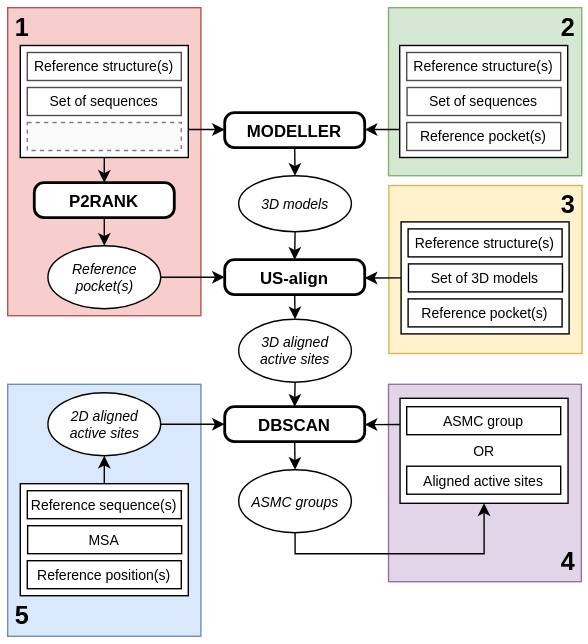
The draw.io diagram docs/ASMC_workflow.svg in labgem/ASMC, before a commit. Source tidied: cells renumbered, new cells last; positions are measured from the earlier drawing's top-left corner, leaving out a move shared by most shapes.
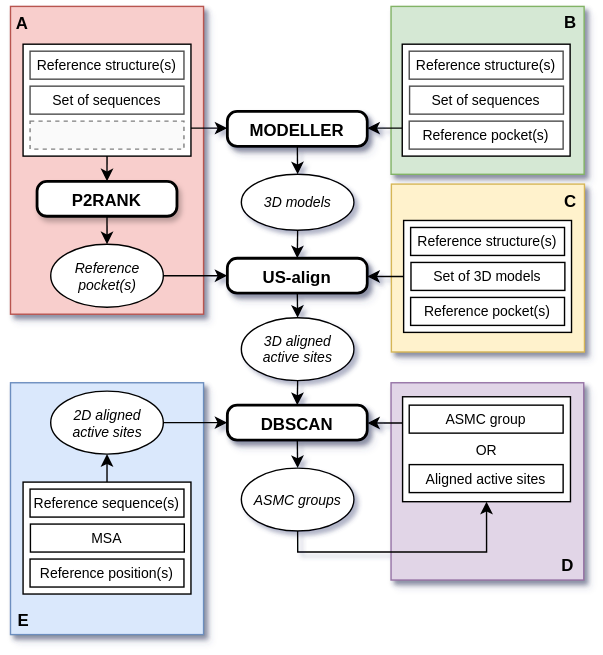
After the commit.

Diff of the diagram source:
```diff
@@ -2,31 +2,31 @@
   <root>
     <mxCell id="0" />
     <mxCell id="1" parent="0" />
-    <mxCell id="2" style="rounded=1;whiteSpace=wrap;html=1;arcSize=0;fillColor=#e1d5e7;strokeColor=#9673a6;" parent="1" vertex="1">
+    <mxCell id="2" style="rounded=1;whiteSpace=wrap;html=1;arcSize=0;fillColor=#e1d5e7;strokeColor=#9673a6;shadow=1;" parent="1" vertex="1">
       <mxGeometry x="277" y="274" width="137.8" height="141" as="geometry" />
     </mxCell>
-    <mxCell id="3" style="rounded=1;whiteSpace=wrap;html=1;arcSize=0;fillColor=#f8cecc;strokeColor=#b85450;" parent="1" vertex="1">
+    <mxCell id="3" style="rounded=1;whiteSpace=wrap;html=1;arcSize=0;fillColor=#f8cecc;strokeColor=#b85450;shadow=1;" parent="1" vertex="1">
       <mxGeometry x="5" y="5" width="138" height="220" as="geometry" />
     </mxCell>
     <mxCell id="4" style="rounded=1;whiteSpace=wrap;html=1;arcSize=0;" parent="1" vertex="1">
       <mxGeometry x="14" y="32" width="120" height="80" as="geometry" />
     </mxCell>
-    <mxCell id="5" style="rounded=1;whiteSpace=wrap;html=1;arcSize=0;fillColor=#d5e8d4;strokeColor=#82b366;" parent="1" vertex="1">
+    <mxCell id="5" style="rounded=1;whiteSpace=wrap;html=1;arcSize=0;fillColor=#d5e8d4;strokeColor=#82b366;shadow=1;" parent="1" vertex="1">
       <mxGeometry x="277" y="5" width="138" height="120" as="geometry" />
     </mxCell>
     <mxCell id="6" style="rounded=1;whiteSpace=wrap;html=1;arcSize=0;" parent="1" vertex="1">
       <mxGeometry x="285" y="32" width="120" height="80" as="geometry" />
     </mxCell>
-    <mxCell id="7" value="&lt;b&gt;P2RANK&lt;/b&gt;" style="rounded=1;whiteSpace=wrap;html=1;absoluteArcSize=1;arcSize=14;strokeWidth=2;align=center;verticalAlign=top;" parent="1" vertex="1">
+    <mxCell id="7" value="&lt;b&gt;P2RANK&lt;/b&gt;" style="rounded=1;whiteSpace=wrap;html=1;absoluteArcSize=1;arcSize=14;strokeWidth=2;align=center;verticalAlign=top;shadow=1;" parent="1" vertex="1">
       <mxGeometry x="24" y="130" width="100" height="25" as="geometry" />
     </mxCell>
-    <mxCell id="8" value="&lt;b&gt;MODELLER&lt;/b&gt;" style="rounded=1;whiteSpace=wrap;html=1;absoluteArcSize=1;arcSize=14;strokeWidth=2;align=center;verticalAlign=top;" parent="1" vertex="1">
+    <mxCell id="8" value="&lt;b&gt;MODELLER&lt;/b&gt;" style="rounded=1;whiteSpace=wrap;html=1;absoluteArcSize=1;arcSize=14;strokeWidth=2;align=center;verticalAlign=top;shadow=1;" parent="1" vertex="1">
       <mxGeometry x="160" y="80" width="100" height="25" as="geometry" />
     </mxCell>
-    <mxCell id="9" value="&lt;b&gt;US-align&lt;/b&gt;" style="rounded=1;whiteSpace=wrap;html=1;absoluteArcSize=1;arcSize=14;strokeWidth=2;align=center;verticalAlign=top;" parent="1" vertex="1">
+    <mxCell id="9" value="&lt;b&gt;US-align&lt;/b&gt;" style="rounded=1;whiteSpace=wrap;html=1;absoluteArcSize=1;arcSize=14;strokeWidth=2;align=center;verticalAlign=top;shadow=1;" parent="1" vertex="1">
       <mxGeometry x="160" y="185" width="100" height="25" as="geometry" />
     </mxCell>
-    <mxCell id="10" value="&lt;b&gt;DBSCAN&lt;/b&gt;" style="rounded=1;whiteSpace=wrap;html=1;absoluteArcSize=1;arcSize=14;strokeWidth=2;align=center;verticalAlign=top;" parent="1" vertex="1">
+    <mxCell id="10" value="&lt;b&gt;DBSCAN&lt;/b&gt;" style="rounded=1;whiteSpace=wrap;html=1;absoluteArcSize=1;arcSize=14;strokeWidth=2;align=center;verticalAlign=top;shadow=1;" parent="1" vertex="1">
       <mxGeometry x="160" y="290" width="100" height="25" as="geometry" />
     </mxCell>
     <mxCell id="11" style="edgeStyle=orthogonalEdgeStyle;rounded=0;jettySize=auto;html=1;exitX=1;exitY=0.5;exitDx=0;exitDy=0;exitPerimeter=0;entryX=0;entryY=0.5;entryDx=0;entryDy=0;" parent="1" edge="1" source="12" target="9">
@@ -70,10 +70,10 @@
     <mxCell id="22" style="edgeStyle=orthogonalEdgeStyle;rounded=0;jettySize=auto;html=1;exitX=0.5;exitY=1;exitDx=0;exitDy=0;entryX=0.5;entryY=0;entryDx=0;entryDy=0;entryPerimeter=0;" parent="1" edge="1" source="10" target="21">
       <mxGeometry relative="1" as="geometry" />
     </mxCell>
-    <mxCell id="23" style="rounded=1;whiteSpace=wrap;html=1;arcSize=0;fillColor=#fff2cc;strokeColor=#d6b656;" parent="1" vertex="1">
+    <mxCell id="23" style="rounded=1;whiteSpace=wrap;html=1;arcSize=0;fillColor=#fff2cc;strokeColor=#d6b656;shadow=1;" parent="1" vertex="1">
       <mxGeometry x="277.2" y="132" width="138" height="120" as="geometry" />
     </mxCell>
-    <mxCell id="24" style="rounded=1;whiteSpace=wrap;html=1;arcSize=0;fillColor=#dae8fc;strokeColor=#6c8ebf;" parent="1" vertex="1">
+    <mxCell id="24" style="rounded=1;whiteSpace=wrap;html=1;arcSize=0;fillColor=#dae8fc;strokeColor=#6c8ebf;shadow=1;" parent="1" vertex="1">
       <mxGeometry x="5" y="274" width="138" height="180" as="geometry" />
     </mxCell>
     <mxCell id="25" style="edgeStyle=orthogonalEdgeStyle;rounded=0;jettySize=auto;html=1;exitX=0.5;exitY=1;exitDx=0;exitDy=0;entryX=0.5;entryY=0;entryDx=0;entryDy=0;" parent="1" edge="1" target="7">
@@ -150,20 +150,20 @@
     <mxCell id="48" value="ASMC group" style="rounded=1;whiteSpace=wrap;html=1;verticalAlign=middle;fontSize=10;arcSize=0;" parent="1" vertex="1">
       <mxGeometry x="290" y="290" width="110" height="20" as="geometry" />
     </mxCell>
-    <mxCell id="49" value="&lt;b&gt;&lt;font style=&quot;font-size: 18px;&quot;&gt;1&lt;/font&gt;&lt;/b&gt;" style="text;html=1;align=center;verticalAlign=middle;strokeColor=none;fillColor=none;" parent="1" vertex="1">
-      <mxGeometry width="30" height="40" as="geometry" />
+    <mxCell id="49" value="&lt;b&gt;A&lt;/b&gt;" style="text;html=1;align=center;verticalAlign=middle;strokeColor=none;fillColor=none;" parent="1" vertex="1">
+      <mxGeometry x="-2" y="3" width="30" height="30" as="geometry" />
     </mxCell>
-    <mxCell id="50" value="&lt;b&gt;&lt;font style=&quot;font-size: 18px;&quot;&gt;2&lt;br&gt;&lt;/font&gt;&lt;/b&gt;" style="text;html=1;align=center;verticalAlign=middle;strokeColor=none;fillColor=none;" parent="1" vertex="1">
-      <mxGeometry x="390" width="30" height="40" as="geometry" />
+    <mxCell id="50" value="&lt;b&gt;B&lt;/b&gt;" style="text;html=1;align=center;verticalAlign=middle;strokeColor=none;fillColor=none;" parent="1" vertex="1">
+      <mxGeometry x="390" y="2" width="30" height="30" as="geometry" />
     </mxCell>
-    <mxCell id="51" value="&lt;b&gt;&lt;font style=&quot;font-size: 18px;&quot;&gt;3&lt;br&gt;&lt;/font&gt;&lt;/b&gt;" style="text;html=1;align=center;verticalAlign=middle;strokeColor=none;fillColor=none;" parent="1" vertex="1">
-      <mxGeometry x="390" y="126" width="30" height="40" as="geometry" />
+    <mxCell id="51" value="&lt;b&gt;C&lt;/b&gt;" style="text;html=1;align=center;verticalAlign=middle;strokeColor=none;fillColor=none;" parent="1" vertex="1">
+      <mxGeometry x="390" y="130" width="30" height="30" as="geometry" />
     </mxCell>
-    <mxCell id="52" value="&lt;b&gt;&lt;font style=&quot;font-size: 18px;&quot;&gt;4&lt;br&gt;&lt;/font&gt;&lt;/b&gt;" style="text;html=1;align=center;verticalAlign=middle;strokeColor=none;fillColor=none;" parent="1" vertex="1">
-      <mxGeometry x="390" y="381" width="30" height="40" as="geometry" />
+    <mxCell id="52" value="&lt;b&gt;D&lt;/b&gt;" style="text;html=1;align=center;verticalAlign=middle;strokeColor=none;fillColor=none;" parent="1" vertex="1">
+      <mxGeometry x="388" y="390" width="30" height="30" as="geometry" />
     </mxCell>
-    <mxCell id="53" value="&lt;b&gt;&lt;font style=&quot;font-size: 18px;&quot;&gt;5&lt;br&gt;&lt;/font&gt;&lt;/b&gt;" style="text;html=1;align=center;verticalAlign=middle;strokeColor=none;fillColor=none;" parent="1" vertex="1">
-      <mxGeometry y="420" width="30" height="40" as="geometry" />
+    <mxCell id="53" value="&lt;b&gt;E&lt;/b&gt;" style="text;html=1;align=center;verticalAlign=middle;strokeColor=none;fillColor=none;" parent="1" vertex="1">
+      <mxGeometry x="-1" y="429" width="30" height="30" as="geometry" />
     </mxCell>
     <mxCell id="54" value="Aligned active sites" style="rounded=1;whiteSpace=wrap;html=1;verticalAlign=middle;fontSize=10;arcSize=0;" parent="1" vertex="1">
       <mxGeometry x="290" y="332.5" width="110" height="20" as="geometry" />
```
